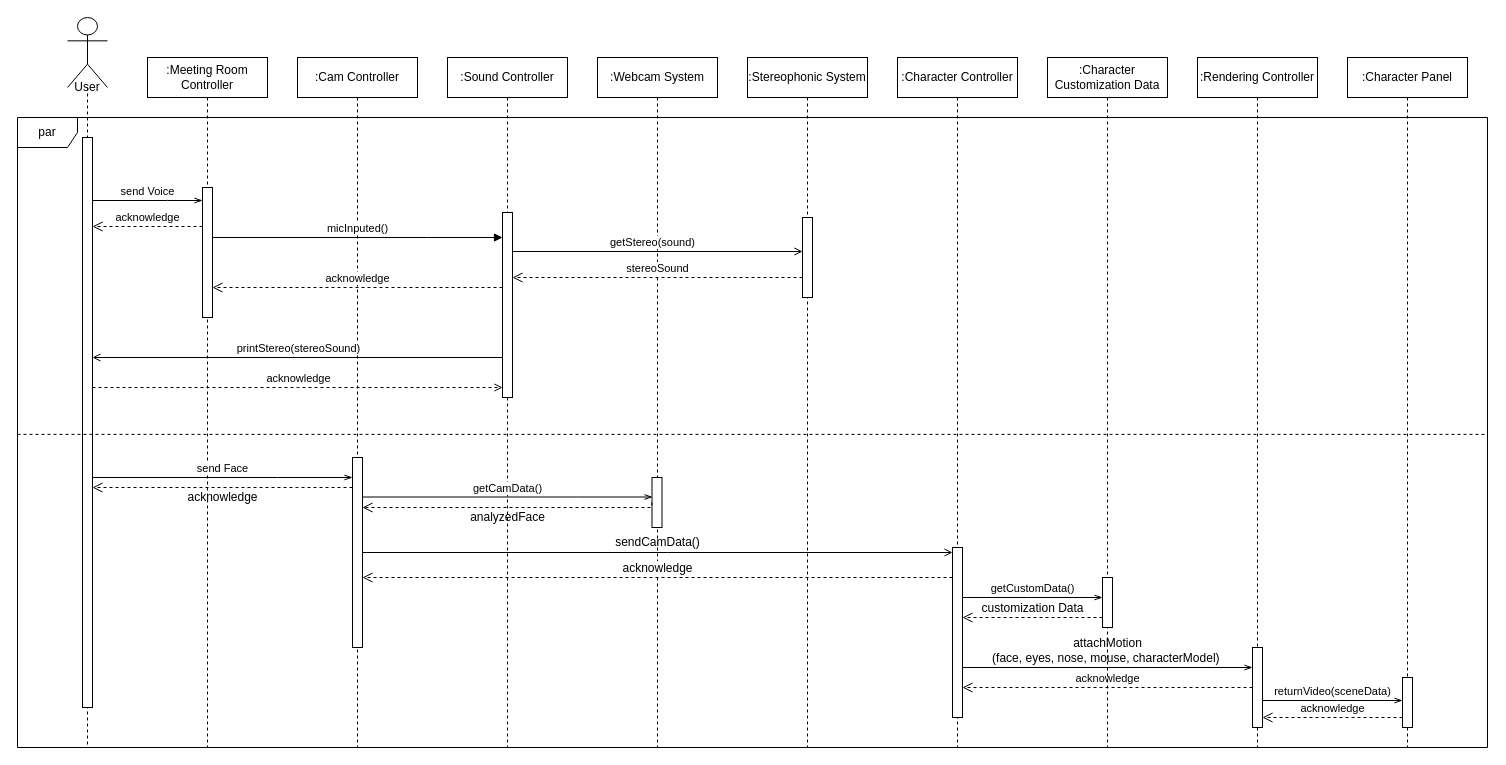
ONFFLine/Diagram keeps this draw.io diagram as SD7(1).drawio. Above is the earlier version. Source tidied: cells renumbered, new cells numbered last; positions are measured from the earlier drawing's top-left corner, leaving out a move shared by most shapes. Both pictures are drawn from the tidied source at 100%, with x=0, y=0 at pixel (17, 17).
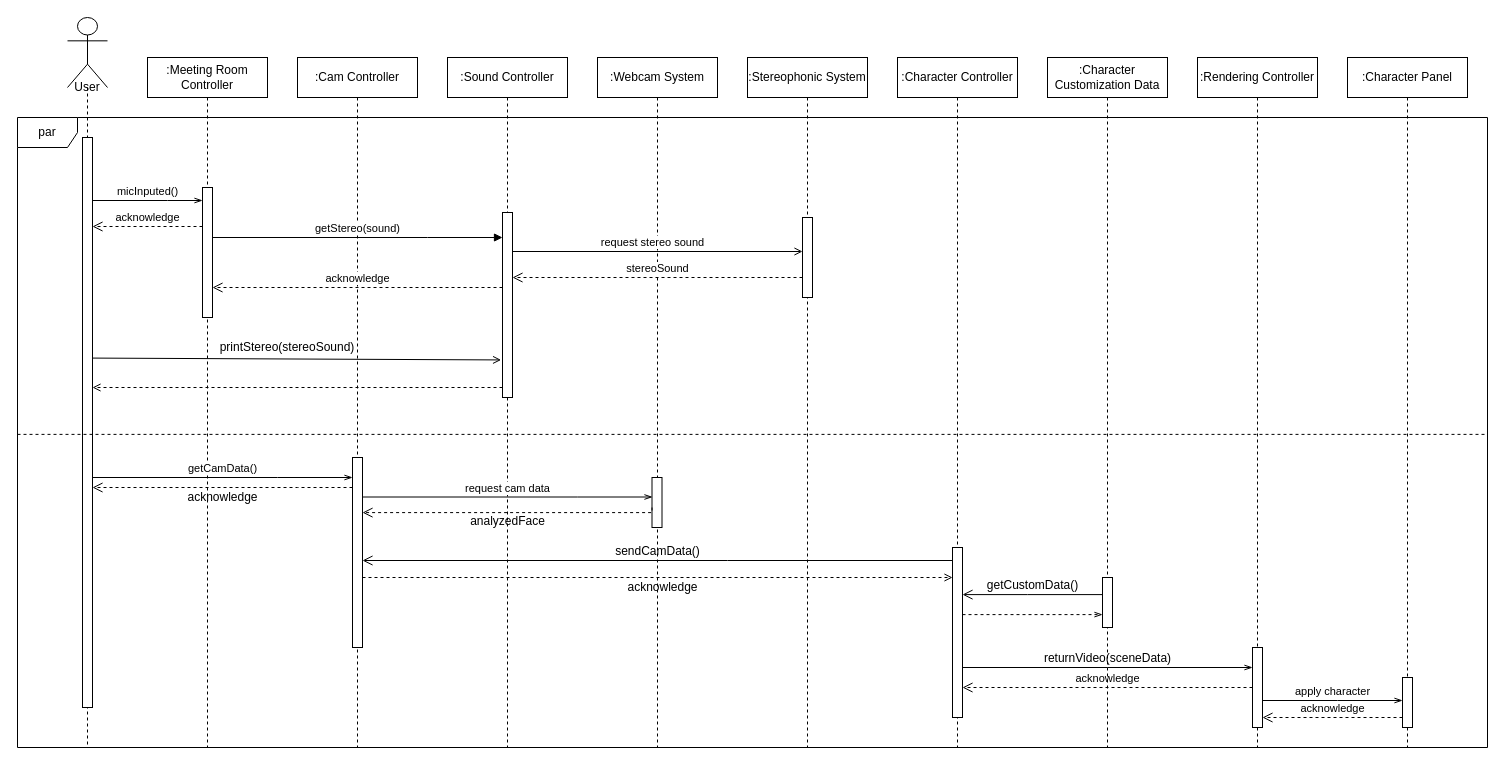
Above is the later version.

The change refers to these unchanged cells:
```xml
<mxCell id="4" style="html=1;points=[];perimeter=orthogonalPerimeter;" parent="3" vertex="1">
  <mxGeometry x="55" y="130" width="10" height="130" as="geometry" />
</mxCell>
<mxCell id="6" style="html=1;points=[];perimeter=orthogonalPerimeter;" parent="5" vertex="1">
  <mxGeometry x="55" y="400" width="10" height="190" as="geometry" />
</mxCell>
<mxCell id="8" style="html=1;points=[];perimeter=orthogonalPerimeter;" parent="7" vertex="1">
  <mxGeometry x="55" y="155" width="10" height="185" as="geometry" />
</mxCell>
<mxCell id="10" style="html=1;points=[];perimeter=orthogonalPerimeter;" parent="9" vertex="1">
  <mxGeometry x="54.5" y="420" width="10" height="50" as="geometry" />
</mxCell>
<mxCell id="14" style="html=1;points=[];perimeter=orthogonalPerimeter;" parent="13" vertex="1">
  <mxGeometry x="55" y="490" width="10" height="170" as="geometry" />
</mxCell>
<mxCell id="16" style="html=1;points=[];perimeter=orthogonalPerimeter;" parent="15" vertex="1">
  <mxGeometry x="15" y="120" width="10" height="570" as="geometry" />
</mxCell>
<mxCell id="28" style="html=1;points=[];perimeter=orthogonalPerimeter;" parent="27" vertex="1">
  <mxGeometry x="55" y="590" width="10" height="80" as="geometry" />
</mxCell>
<mxCell id="47" style="html=1;points=[];perimeter=orthogonalPerimeter;" parent="46" vertex="1">
  <mxGeometry x="55" y="520" width="10" height="50" as="geometry" />
</mxCell>
```

Change to the diagram source:
```diff
@@
-    <mxCell id="18" value="send Voice" style="html=1;verticalAlign=bottom;endArrow=openThin;rounded=0;edgeStyle=orthogonalEdgeStyle;endFill=0;" parent="1" edge="1">
+    <mxCell id="18" value="micInputed()" style="html=1;verticalAlign=bottom;endArrow=openThin;rounded=0;edgeStyle=orthogonalEdgeStyle;endFill=0;" parent="1" edge="1">
       <mxGeometry relative="1" as="geometry">
         <mxPoint x="75" y="183" as="sourcePoint" />
         <mxPoint x="185" y="183" as="targetPoint" />
         <Array as="points">
           <mxPoint x="150" y="183" />
           <mxPoint x="150" y="183" />
         </Array>
       </mxGeometry>
     </mxCell>
-    <mxCell id="19" value="micInputed()" style="html=1;verticalAlign=bottom;endArrow=block;rounded=0;edgeStyle=orthogonalEdgeStyle;endFill=1;" parent="1" edge="1" source="4" target="8">
+    <mxCell id="19" value="getStereo(sound)" style="html=1;verticalAlign=bottom;endArrow=block;rounded=0;edgeStyle=orthogonalEdgeStyle;endFill=1;" parent="1" edge="1" source="4" target="8">
       <mxGeometry relative="1" as="geometry">
         <Array as="points">
           <mxPoint x="410" y="220" />
           <mxPoint x="410" y="220" />
         </Array>
       </mxGeometry>
     </mxCell>
@@
-    <mxCell id="23" value="send Face" style="html=1;verticalAlign=bottom;endArrow=openThin;rounded=0;edgeStyle=orthogonalEdgeStyle;endFill=0;" parent="1" edge="1" source="16" target="6">
+    <mxCell id="23" value="getCamData()" style="html=1;verticalAlign=bottom;endArrow=openThin;rounded=0;edgeStyle=orthogonalEdgeStyle;endFill=0;" parent="1" edge="1" source="16" target="6">
       <mxGeometry relative="1" as="geometry">
         <Array as="points">
           <mxPoint x="260" y="460" />
           <mxPoint x="260" y="460" />
         </Array>
       </mxGeometry>
     </mxCell>
-    <mxCell id="24" value="getCamData()" style="html=1;verticalAlign=bottom;endArrow=openThin;rounded=0;edgeStyle=orthogonalEdgeStyle;endFill=0;" parent="1" edge="1">
+    <mxCell id="24" value="request cam data" style="html=1;verticalAlign=bottom;endArrow=openThin;rounded=0;edgeStyle=orthogonalEdgeStyle;endFill=0;" parent="1" edge="1">
       <mxGeometry relative="1" as="geometry">
         <mxPoint x="345" y="479.5" as="sourcePoint" />
         <mxPoint x="635" y="479.5" as="targetPoint" />
         <Array as="points">
           <mxPoint x="560" y="479.5" />
           <mxPoint x="560" y="479.5" />
         </Array>
       </mxGeometry>
     </mxCell>
@@
-    <mxCell id="32" value="returnVideo(sceneData)" style="html=1;verticalAlign=bottom;endArrow=openThin;rounded=0;edgeStyle=orthogonalEdgeStyle;endFill=0;" parent="1" edge="1">
+    <mxCell id="32" value="apply character" style="html=1;verticalAlign=bottom;endArrow=openThin;rounded=0;edgeStyle=orthogonalEdgeStyle;endFill=0;" parent="1" edge="1">
       <mxGeometry relative="1" as="geometry">
         <mxPoint x="1245" y="683" as="sourcePoint" />
         <mxPoint x="1385" y="683" as="targetPoint" />
         <Array as="points">
           <mxPoint x="1320" y="683" />
           <mxPoint x="1320" y="683" />
         </Array>
       </mxGeometry>
     </mxCell>
@@
-    <mxCell id="35" style="html=1;verticalAlign=bottom;endArrow=open;dashed=1;endSize=8;rounded=0;edgeStyle=orthogonalEdgeStyle;" parent="1" edge="1" source="10" target="6">
+    <mxCell id="35" style="html=1;verticalAlign=bottom;endArrow=open;dashed=1;endSize=8;rounded=0;edgeStyle=orthogonalEdgeStyle;" parent="1" edge="1">
       <mxGeometry relative="1" as="geometry">
+        <mxPoint x="634.5" y="490" as="sourcePoint" />
+        <mxPoint x="345" y="495.1" as="targetPoint" />
         <Array as="points">
-          <mxPoint x="634" y="485" />
           <mxPoint x="634" y="490" />
+          <mxPoint x="634" y="495" />
         </Array>
       </mxGeometry>
     </mxCell>
     <mxCell id="36" value="analyzedFace" style="text;html=1;align=center;verticalAlign=middle;strokeColor=none;" parent="1" vertex="1">
-      <mxGeometry x="445" y="490" width="90" height="20" as="geometry" />
+      <mxGeometry x="445" y="494" width="90" height="20" as="geometry" />
     </mxCell>
-    <mxCell id="37" style="edgeStyle=orthogonalEdgeStyle;rounded=0;jettySize=auto;html=1;endArrow=open;endFill=0;" parent="1" edge="1" source="6" target="14">
+    <mxCell id="37" style="edgeStyle=orthogonalEdgeStyle;rounded=0;orthogonalLoop=1;jettySize=auto;html=1;endArrow=open;endFill=0;dashed=1;" parent="1" edge="1">
       <mxGeometry relative="1" as="geometry">
+        <mxPoint x="345" y="560" as="sourcePoint" />
+        <mxPoint x="935" y="560" as="targetPoint" />
         <Array as="points">
-          <mxPoint x="650" y="535" />
-          <mxPoint x="650" y="535" />
+          <mxPoint x="650" y="560" />
+          <mxPoint x="650" y="560" />
         </Array>
       </mxGeometry>
     </mxCell>
     <mxCell id="38" value="sendCamData()" style="text;html=1;align=center;verticalAlign=middle;strokeColor=none;" parent="1" vertex="1">
-      <mxGeometry x="590" y="515" width="100" height="20" as="geometry" />
+      <mxGeometry x="590" y="524" width="100" height="20" as="geometry" />
     </mxCell>
-    <mxCell id="39" value="&lt;font style=&quot;font-size: 12px&quot;&gt;acknowledge&lt;/font&gt;" style="html=1;verticalAlign=bottom;endArrow=open;dashed=1;endSize=8;rounded=0;edgeStyle=orthogonalEdgeStyle;" parent="1" edge="1" source="14" target="6">
+    <mxCell id="39" style="html=1;verticalAlign=bottom;endArrow=open;endSize=8;rounded=0;edgeStyle=orthogonalEdgeStyle;" parent="1" edge="1">
       <mxGeometry relative="1" as="geometry">
+        <mxPoint x="935" y="543" as="sourcePoint" />
+        <mxPoint x="345" y="543" as="targetPoint" />
         <Array as="points">
-          <mxPoint x="640" y="560" />
-          <mxPoint x="640" y="560" />
+          <mxPoint x="710" y="543" />
+          <mxPoint x="710" y="543" />
         </Array>
       </mxGeometry>
     </mxCell>
-    <mxCell id="40" value="getStereo(sound)" style="html=1;verticalAlign=bottom;endArrow=open;rounded=0;edgeStyle=orthogonalEdgeStyle;endFill=0;" parent="1" edge="1">
+    <mxCell id="40" value="request stereo sound" style="html=1;verticalAlign=bottom;endArrow=open;rounded=0;edgeStyle=orthogonalEdgeStyle;endFill=0;" parent="1" edge="1">
       <mxGeometry relative="1" as="geometry">
         <mxPoint x="495" y="244" as="sourcePoint" />
         <mxPoint x="785" y="234" as="targetPoint" />
         <Array as="points">
           <mxPoint x="495" y="234" />
         </Array>
       </mxGeometry>
     </mxCell>
-    <mxCell id="41" value="&lt;font style=&quot;font-size: 12px&quot;&gt;attachMotion&lt;br&gt;(face, eyes, nose, mouse, characterModel)&amp;nbsp;&lt;/font&gt;" style="html=1;verticalAlign=bottom;endArrow=openThin;rounded=0;edgeStyle=orthogonalEdgeStyle;endFill=0;" parent="1" edge="1" source="14" target="28">
+    <mxCell id="41" value="&lt;span style=&quot;font-size: 12px&quot;&gt;returnVideo(sceneData)&lt;/span&gt;" style="html=1;verticalAlign=bottom;endArrow=openThin;rounded=0;edgeStyle=orthogonalEdgeStyle;endFill=0;" parent="1" edge="1" source="14" target="28">
       <mxGeometry relative="1" as="geometry">
         <Array as="points">
           <mxPoint x="1090" y="650" />
           <mxPoint x="1090" y="650" />
         </Array>
       </mxGeometry>
     </mxCell>
-    <mxCell id="42" style="edgeStyle=orthogonalEdgeStyle;rounded=0;jettySize=auto;html=1;endArrow=open;endFill=0;" parent="1" edge="1" source="8" target="16">
-      <mxGeometry relative="1" as="geometry">
-        <Array as="points">
-          <mxPoint x="280" y="340" />
-          <mxPoint x="280" y="340" />
-        </Array>
-      </mxGeometry>
-    </mxCell>
-    <mxCell id="43" value="printStereo(stereoSound)" style="edgeLabel;html=1;align=center;verticalAlign=middle;" parent="42" vertex="1">
-      <mxGeometry x="-0.11" y="-1" relative="1" as="geometry">
-        <mxPoint x="-23" y="-9" as="offset" />
-      </mxGeometry>
-    </mxCell>
-    <mxCell id="44" style="edgeStyle=orthogonalEdgeStyle;rounded=0;jettySize=auto;html=1;dashed=1;endArrow=open;endFill=0;" parent="1" edge="1" source="16" target="8">
+    <mxCell id="44" style="edgeStyle=orthogonalEdgeStyle;rounded=0;jettySize=auto;html=1;dashed=1;endArrow=open;endFill=0;" parent="1" edge="1" source="8" target="16">
       <mxGeometry relative="1" as="geometry">
         <Array as="points">
-          <mxPoint x="280" y="370" />
-          <mxPoint x="280" y="370" />
+          <mxPoint x="240" y="370" />
+          <mxPoint x="240" y="370" />
         </Array>
       </mxGeometry>
     </mxCell>
-    <mxCell id="45" value="acknowledge" style="edgeLabel;html=1;align=center;verticalAlign=middle;" parent="44" vertex="1">
-      <mxGeometry x="-0.06" y="2" relative="1" as="geometry">
-        <mxPoint x="12" y="-8" as="offset" />
-      </mxGeometry>
-    </mxCell>
@@
-    <mxCell id="48" value="getCustomData()" style="html=1;verticalAlign=bottom;endArrow=openThin;rounded=0;edgeStyle=orthogonalEdgeStyle;endFill=0;" parent="1" edge="1" source="14" target="47">
+    <mxCell id="48" style="html=1;verticalAlign=bottom;endArrow=openThin;rounded=0;edgeStyle=orthogonalEdgeStyle;endFill=0;dashed=1;" parent="1" edge="1">
       <mxGeometry relative="1" as="geometry">
+        <mxPoint x="945" y="597.1" as="sourcePoint" />
+        <mxPoint x="1085" y="597.1" as="targetPoint" />
         <Array as="points">
-          <mxPoint x="1010" y="580" />
-          <mxPoint x="1010" y="580" />
+          <mxPoint x="1020" y="597" />
+          <mxPoint x="1020" y="597" />
         </Array>
       </mxGeometry>
     </mxCell>
-    <mxCell id="49" value="&lt;span style=&quot;font-size: 12px&quot;&gt;customization Data&lt;/span&gt;" style="html=1;verticalAlign=bottom;endArrow=open;dashed=1;endSize=8;rounded=0;edgeStyle=orthogonalEdgeStyle;" parent="1" edge="1" source="47" target="14">
+    <mxCell id="49" value="&lt;span style=&quot;font-size: 12px&quot;&gt;getCustomData()&lt;/span&gt;" style="html=1;verticalAlign=bottom;endArrow=open;endSize=8;rounded=0;edgeStyle=orthogonalEdgeStyle;" parent="1" edge="1">
       <mxGeometry relative="1" as="geometry">
+        <mxPoint x="1085" y="577.1" as="sourcePoint" />
+        <mxPoint x="945" y="577.1" as="targetPoint" />
         <Array as="points">
-          <mxPoint x="1010" y="600" />
-          <mxPoint x="1010" y="600" />
+          <mxPoint x="1010" y="577" />
+          <mxPoint x="1010" y="577" />
         </Array>
       </mxGeometry>
     </mxCell>
+    <mxCell id="50" style="endArrow=open;html=1;exitX=1.012;exitY=0.387;exitDx=0;exitDy=0;exitPerimeter=0;entryX=-0.141;entryY=0.797;entryDx=0;entryDy=0;entryPerimeter=0;endFill=0;" parent="1" edge="1" source="16" target="8">
+      <mxGeometry relative="1" as="geometry" />
+    </mxCell>
+    <mxCell id="43" value="printStereo(stereoSound)" style="text;html=1;strokeColor=none;fillColor=none;align=center;verticalAlign=middle;whiteSpace=wrap;rounded=0;" parent="1" vertex="1">
+      <mxGeometry x="250" y="320" width="40" height="20" as="geometry" />
+    </mxCell>
+    <mxCell id="45" value="acknowledge" style="text;html=1;align=center;verticalAlign=middle;strokeColor=none;" parent="1" vertex="1">
+      <mxGeometry x="600" y="560" width="90" height="20" as="geometry" />
+    </mxCell>
```
